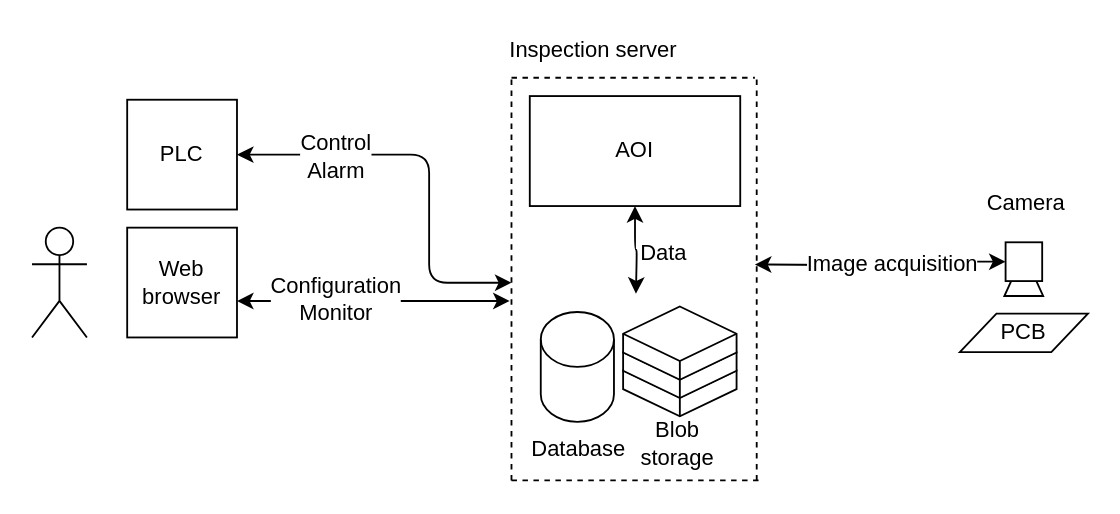
Edson-source/open-aoi keeps this draw.io diagram as page "High level overrview" (1 of 9) of design.drawio. Above is the earlier version. Source tidied: cells renumbered, new cells numbered last; positions are measured from the earlier drawing's top-left corner, leaving out a move shared by most shapes. Both pictures are drawn from the tidied source at 183%, with x=0, y=0 at pixel (31, 31).
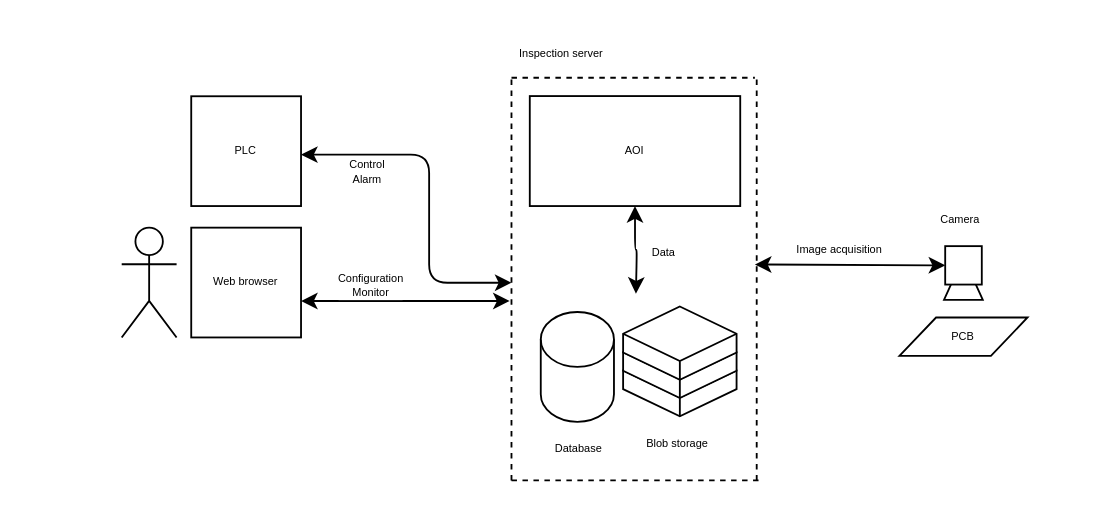
Above is the later version.

What changed in the source:
```diff
@@
-    <mxCell id="2" style="shape=umlActor;verticalLabelPosition=bottom;verticalAlign=top;html=1;fontSize=12;" parent="1" vertex="1">
-      <mxGeometry y="106.9" width="30" height="60" as="geometry" />
+    <mxCell id="2" style="shape=umlActor;verticalLabelPosition=bottom;verticalAlign=top;html=1;fontSize=6;" parent="1" vertex="1">
+      <mxGeometry x="49" y="106.9" width="30" height="60" as="geometry" />
     </mxCell>
-    <mxCell id="3" style="edgeStyle=orthogonalEdgeStyle;jumpStyle=none;html=1;startArrow=classic;startFill=1;fillColor=default;fontSize=12;" parent="1" edge="1" source="5">
+    <mxCell id="3" style="edgeStyle=orthogonalEdgeStyle;jumpStyle=none;html=1;startArrow=classic;startFill=1;fillColor=default;fontSize=6;" parent="1" edge="1" source="5">
       <mxGeometry relative="1" as="geometry">
         <mxPoint x="261" y="147" as="targetPoint" />
         <Array as="points">
           <mxPoint x="212" y="147" />
           <mxPoint x="212" y="147" />
         </Array>
       </mxGeometry>
     </mxCell>
-    <mxCell id="4" value="Configuration&lt;br style=&quot;font-size: 12px;&quot;&gt;Monitor" style="edgeLabel;html=1;align=center;verticalAlign=middle;fontSize=12;" parent="3" vertex="1">
+    <mxCell id="4" value="Configuration&lt;br style=&quot;font-size: 6px;&quot;&gt;Monitor" style="edgeLabel;html=1;align=center;verticalAlign=middle;fontSize=6;" parent="3" vertex="1">
       <mxGeometry x="0.2" relative="1" as="geometry">
-        <mxPoint x="-36" y="-2" as="offset" />
+        <mxPoint x="-31" y="-9" as="offset" />
       </mxGeometry>
     </mxCell>
-    <mxCell id="5" value="Web browser" style="rounded=0;whiteSpace=wrap;html=1;fillColor=default;fontSize=12;" parent="1" vertex="1">
-      <mxGeometry x="52" y="106.9" width="60" height="60" as="geometry" />
+    <mxCell id="5" value="Web browser" style="rounded=0;whiteSpace=wrap;html=1;fillColor=default;fontSize=6;" parent="1" vertex="1">
+      <mxGeometry x="87" y="106.9" width="60" height="60" as="geometry" />
     </mxCell>
-    <mxCell id="6" style="edgeStyle=orthogonalEdgeStyle;jumpStyle=none;html=1;entryX=0;entryY=0.5;entryDx=0;entryDy=0;startArrow=classic;startFill=1;fillColor=default;fontSize=12;" parent="1" edge="1" target="15">
+    <mxCell id="6" style="edgeStyle=orthogonalEdgeStyle;jumpStyle=none;html=1;entryX=0;entryY=0.5;entryDx=0;entryDy=0;startArrow=classic;startFill=1;fillColor=default;fontSize=6;" parent="1" edge="1" target="15">
       <mxGeometry relative="1" as="geometry">
         <mxPoint x="395" y="127" as="sourcePoint" />
       </mxGeometry>
     </mxCell>
-    <mxCell id="7" value="Image acquisition" style="edgeLabel;html=1;align=center;verticalAlign=middle;fontSize=12;" parent="6" vertex="1">
+    <mxCell id="7" value="Image acquisition" style="edgeLabel;html=1;align=center;verticalAlign=middle;fontSize=6;" parent="6" vertex="1">
       <mxGeometry x="-0.03" y="1" relative="1" as="geometry">
-        <mxPoint x="7" as="offset" />
+        <mxPoint x="-5" y="-8" as="offset" />
       </mxGeometry>
     </mxCell>
-    <mxCell id="8" style="edgeStyle=orthogonalEdgeStyle;jumpStyle=none;html=1;startArrow=classic;startFill=1;fillColor=default;fontSize=12;" parent="1" edge="1" source="10">
+    <mxCell id="8" style="edgeStyle=orthogonalEdgeStyle;jumpStyle=none;html=1;startArrow=classic;startFill=1;fillColor=default;fontSize=6;" parent="1" edge="1" source="10">
       <mxGeometry relative="1" as="geometry">
         <mxPoint x="330" y="143" as="targetPoint" />
       </mxGeometry>
     </mxCell>
-    <mxCell id="9" value="Data" style="edgeLabel;html=1;align=center;verticalAlign=middle;fontSize=12;" parent="8" vertex="1">
+    <mxCell id="9" value="Data" style="edgeLabel;html=1;align=center;verticalAlign=middle;fontSize=6;" parent="8" vertex="1">
       <mxGeometry x="0.21" y="1" relative="1" as="geometry">
         <mxPoint x="13" y="-4" as="offset" />
       </mxGeometry>
     </mxCell>
-    <mxCell id="10" value="AOI" style="rounded=0;whiteSpace=wrap;html=1;fillColor=default;fontSize=12;" parent="1" vertex="1">
+    <mxCell id="10" value="AOI" style="rounded=0;whiteSpace=wrap;html=1;fillColor=default;fontSize=6;" parent="1" vertex="1">
       <mxGeometry x="272" y="35" width="115" height="60.1" as="geometry" />
     </mxCell>
-    <mxCell id="11" style="shape=cylinder3;whiteSpace=wrap;html=1;boundedLbl=1;backgroundOutline=1;size=15;fontSize=12;" parent="1" vertex="1">
+    <mxCell id="11" style="shape=cylinder3;whiteSpace=wrap;html=1;boundedLbl=1;backgroundOutline=1;size=15;fontSize=6;" parent="1" vertex="1">
       <mxGeometry x="278" y="153" width="40" height="60" as="geometry" />
     </mxCell>
-    <mxCell id="12" style="group;fontSize=12;" parent="1" vertex="1">
-      <mxGeometry x="507" y="114.9" width="70" height="60" as="geometry" />
+    <mxCell id="12" style="group;fontSize=6;" parent="1" vertex="1">
+      <mxGeometry x="474" y="117" width="70" height="60" as="geometry" />
     </mxCell>
-    <mxCell id="13" style="group;fontSize=12;" parent="12" vertex="1">
+    <mxCell id="13" style="group;fontSize=6;" parent="12" vertex="1">
       <mxGeometry x="25" width="20" height="30" as="geometry" />
     </mxCell>
-    <mxCell id="14" style="triangle;whiteSpace=wrap;html=1;rotation=-90;fontSize=12;" parent="13" vertex="1">
+    <mxCell id="14" style="triangle;whiteSpace=wrap;html=1;rotation=-90;fontSize=6;" parent="13" vertex="1">
       <mxGeometry x="-1.7" y="7.1" width="23.3" height="21.2" as="geometry" />
     </mxCell>
-    <mxCell id="15" style="rounded=0;whiteSpace=wrap;html=1;fontSize=12;" parent="13" vertex="1">
-      <mxGeometry width="20" height="21.2" as="geometry" />
+    <mxCell id="15" style="rounded=0;whiteSpace=wrap;html=1;fontSize=6;" parent="13" vertex="1">
+      <mxGeometry width="20" height="21" as="geometry" />
     </mxCell>
-    <mxCell id="16" value="PCB" style="shape=parallelogram;perimeter=parallelogramPerimeter;whiteSpace=wrap;html=1;fixedSize=1;fontSize=12;" parent="12" vertex="1">
+    <mxCell id="16" value="PCB" style="shape=parallelogram;perimeter=parallelogramPerimeter;whiteSpace=wrap;html=1;fixedSize=1;fontSize=6;" parent="12" vertex="1">
       <mxGeometry y="39" width="70" height="21" as="geometry" />
     </mxCell>
-    <mxCell id="17" style="endArrow=none;dashed=1;html=1;fillColor=default;jumpStyle=none;fontSize=12;" parent="1" edge="1">
+    <mxCell id="17" style="endArrow=none;dashed=1;html=1;fillColor=default;jumpStyle=none;fontSize=6;" parent="1" edge="1">
       <mxGeometry relative="1" as="geometry">
         <mxPoint x="262" y="25" as="sourcePoint" />
         <mxPoint x="395" y="25" as="targetPoint" />
       </mxGeometry>
     </mxCell>
-    <mxCell id="18" style="endArrow=none;dashed=1;html=1;fillColor=default;jumpStyle=none;fontSize=12;" parent="1" edge="1">
+    <mxCell id="18" style="endArrow=none;dashed=1;html=1;fillColor=default;jumpStyle=none;fontSize=6;" parent="1" edge="1">
       <mxGeometry relative="1" as="geometry">
         <mxPoint x="262" y="245" as="sourcePoint" />
         <mxPoint x="397" y="245" as="targetPoint" />
       </mxGeometry>
     </mxCell>
-    <mxCell id="19" style="endArrow=none;dashed=1;html=1;fillColor=default;jumpStyle=none;fontSize=12;" parent="1" edge="1">
+    <mxCell id="19" style="endArrow=none;dashed=1;html=1;fillColor=default;jumpStyle=none;fontSize=6;" parent="1" edge="1">
       <mxGeometry relative="1" as="geometry">
         <mxPoint x="262" y="245" as="sourcePoint" />
         <mxPoint x="262" y="25" as="targetPoint" />
       </mxGeometry>
     </mxCell>
-    <mxCell id="20" style="endArrow=none;dashed=1;html=1;fillColor=default;jumpStyle=none;fontSize=12;" parent="1" edge="1">
+    <mxCell id="20" style="endArrow=none;dashed=1;html=1;fillColor=default;jumpStyle=none;fontSize=6;" parent="1" edge="1">
       <mxGeometry relative="1" as="geometry">
         <mxPoint x="396" y="245" as="sourcePoint" />
         <mxPoint x="396" y="25" as="targetPoint" />
       </mxGeometry>
     </mxCell>
-    <mxCell id="21" value="Inspection server" style="text;html=1;strokeColor=none;fillColor=none;align=center;verticalAlign=middle;whiteSpace=wrap;rounded=0;fontSize=12;" parent="1" vertex="1">
-      <mxGeometry x="257" width="100" height="20" as="geometry" />
+    <mxCell id="21" value="Inspection server" style="text;html=1;strokeColor=none;fillColor=none;align=center;verticalAlign=middle;whiteSpace=wrap;rounded=0;fontSize=6;" parent="1" vertex="1">
+      <mxGeometry x="261" y="2" width="57" height="20" as="geometry" />
     </mxCell>
-    <mxCell id="22" value="PLC" style="rounded=0;whiteSpace=wrap;html=1;fillColor=default;fontSize=12;" parent="1" vertex="1">
-      <mxGeometry x="52" y="37" width="60" height="60" as="geometry" />
+    <mxCell id="22" value="PLC" style="rounded=0;whiteSpace=wrap;html=1;fillColor=default;fontSize=6;" parent="1" vertex="1">
+      <mxGeometry x="87" y="35.1" width="60" height="60" as="geometry" />
     </mxCell>
-    <mxCell id="23" style="edgeStyle=orthogonalEdgeStyle;jumpStyle=none;html=1;fontSize=12;startArrow=classic;startFill=1;fillColor=default;endArrow=classic;endFill=1;" parent="1" edge="1" source="22">
+    <mxCell id="23" style="edgeStyle=orthogonalEdgeStyle;jumpStyle=none;html=1;fontSize=6;startArrow=classic;startFill=1;fillColor=default;endArrow=classic;endFill=1;" parent="1" edge="1" source="22">
       <mxGeometry relative="1" as="geometry">
         <mxPoint x="262" y="137" as="targetPoint" />
         <Array as="points">
           <mxPoint x="217" y="67" />
           <mxPoint x="217" y="137" />
         </Array>
       </mxGeometry>
     </mxCell>
-    <mxCell id="24" value="Control&lt;br style=&quot;font-size: 12px;&quot;&gt;Alarm" style="edgeLabel;html=1;align=center;verticalAlign=middle;fontSize=12;" parent="23" vertex="1">
+    <mxCell id="24" value="Control&lt;br style=&quot;font-size: 6px;&quot;&gt;Alarm" style="edgeLabel;html=1;align=center;verticalAlign=middle;fontSize=6;" parent="23" vertex="1">
       <mxGeometry x="-0.69" relative="1" as="geometry">
-        <mxPoint x="19" as="offset" />
+        <mxPoint x="6" y="9" as="offset" />
       </mxGeometry>
     </mxCell>
-    <mxCell id="25" value="Camera" style="text;html=1;align=center;verticalAlign=middle;strokeColor=none;fillColor=none;fontSize=12;" parent="1" vertex="1">
-      <mxGeometry x="512.5" y="80.9" width="61" height="26" as="geometry" />
+    <mxCell id="25" value="Camera" style="text;html=1;align=center;verticalAlign=middle;strokeColor=none;fillColor=none;fontSize=6;" parent="1" vertex="1">
+      <mxGeometry x="487" y="93" width="39" height="19" as="geometry" />
     </mxCell>
-    <mxCell id="26" style="html=1;shape=mxgraph.basic.isocube;isoAngle=15;" parent="1" vertex="1">
+    <mxCell id="26" style="html=1;shape=mxgraph.basic.isocube;isoAngle=15;fontSize=6;" parent="1" vertex="1">
       <mxGeometry x="323" y="170" width="62" height="40" as="geometry" />
     </mxCell>
-    <mxCell id="27" style="html=1;shape=mxgraph.basic.isocube;isoAngle=15;" parent="1" vertex="1">
+    <mxCell id="27" style="html=1;shape=mxgraph.basic.isocube;isoAngle=15;fontSize=6;" parent="1" vertex="1">
       <mxGeometry x="323" y="160" width="62" height="40" as="geometry" />
     </mxCell>
-    <mxCell id="28" style="html=1;shape=mxgraph.basic.isocube;isoAngle=15;" parent="1" vertex="1">
+    <mxCell id="28" style="html=1;shape=mxgraph.basic.isocube;isoAngle=15;fontSize=6;" parent="1" vertex="1">
       <mxGeometry x="323" y="150" width="62" height="40" as="geometry" />
     </mxCell>
-    <mxCell id="29" value="Blob storage" style="text;html=1;strokeColor=none;fillColor=none;align=center;verticalAlign=middle;whiteSpace=wrap;rounded=0;" parent="1" vertex="1">
+    <mxCell id="29" value="Blob storage" style="text;html=1;strokeColor=none;fillColor=none;align=center;verticalAlign=middle;whiteSpace=wrap;rounded=0;fontSize=6;" parent="1" vertex="1">
       <mxGeometry x="323" y="210" width="60" height="30" as="geometry" />
     </mxCell>
-    <mxCell id="30" value="Database" style="text;html=1;strokeColor=none;fillColor=none;align=center;verticalAlign=middle;whiteSpace=wrap;rounded=0;" parent="1" vertex="1">
+    <mxCell id="30" value="Database" style="text;html=1;strokeColor=none;fillColor=none;align=center;verticalAlign=middle;whiteSpace=wrap;rounded=0;fontSize=6;" parent="1" vertex="1">
       <mxGeometry x="269" y="213" width="60" height="30" as="geometry" />
     </mxCell>
```
